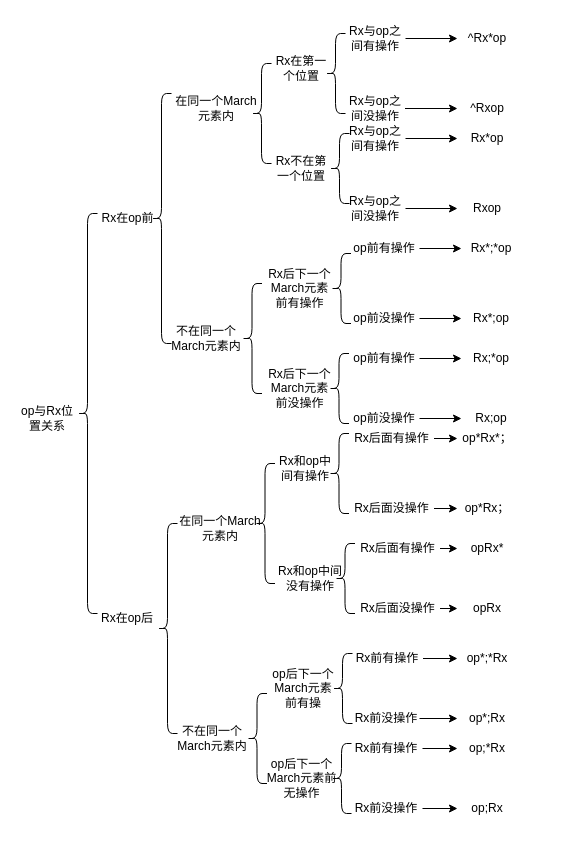
Before: doc/rx_and_op.drawio in shanshan-lu/homwork, a draw.io diagram. Source tidied: cells renumbered, new cells numbered last; positions are measured from the earlier drawing's top-left corner, leaving out a move shared by most shapes. Both pictures are drawn from the tidied source at 100%, with x=0, y=0 at pixel (17, 23).
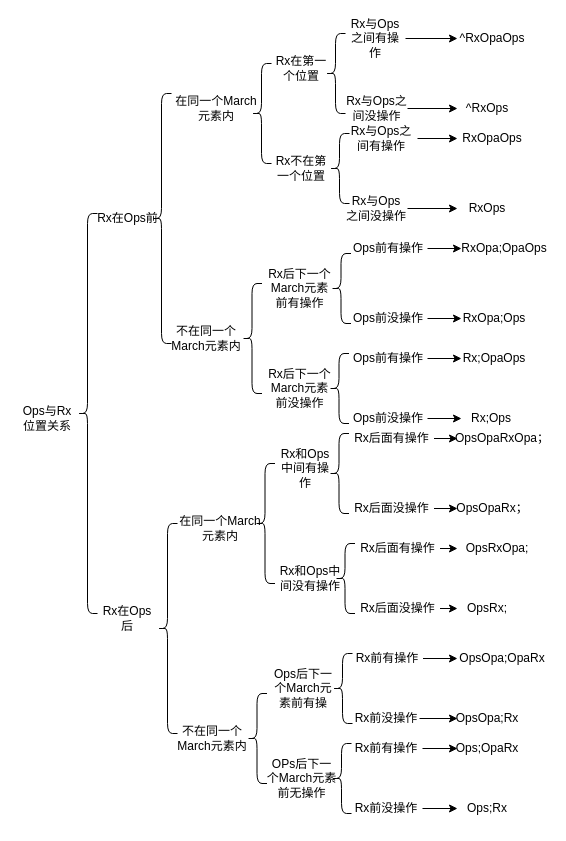
The same page after the edit.

What changed in the source:
```diff
@@
-    <mxCell id="3" value="Rx在op前" style="text;html=1;align=center;verticalAlign=middle;strokeColor=none;fillColor=none;" parent="1" vertex="1">
+    <mxCell id="3" value="Rx在Ops前" style="text;html=1;align=center;verticalAlign=middle;strokeColor=none;fillColor=none;" parent="1" vertex="1">
       <mxGeometry x="69.5" y="180" width="80" height="30" as="geometry" />
     </mxCell>
-    <mxCell id="4" value="Rx在op后" style="text;html=1;strokeColor=none;fillColor=none;align=center;verticalAlign=middle;whiteSpace=wrap;rounded=0;" parent="1" vertex="1">
+    <mxCell id="4" value="Rx在Ops后" style="text;html=1;strokeColor=none;fillColor=none;align=center;verticalAlign=middle;whiteSpace=wrap;rounded=0;" parent="1" vertex="1">
       <mxGeometry x="80" y="580" width="60" height="30" as="geometry" />
     </mxCell>
@@
-    <mxCell id="16" value="Rx和op中间有操作" style="text;html=1;strokeColor=none;fillColor=none;align=center;verticalAlign=middle;whiteSpace=wrap;rounded=0;" parent="1" vertex="1">
+    <mxCell id="16" value="Rx和Ops中间有操作" style="text;html=1;strokeColor=none;fillColor=none;align=center;verticalAlign=middle;whiteSpace=wrap;rounded=0;" parent="1" vertex="1">
       <mxGeometry x="257.5" y="430" width="60" height="30" as="geometry" />
     </mxCell>
-    <mxCell id="17" value="Rx和op中间没有操作" style="text;html=1;strokeColor=none;fillColor=none;align=center;verticalAlign=middle;whiteSpace=wrap;rounded=0;" parent="1" vertex="1">
+    <mxCell id="17" value="Rx和Ops中间没有操作" style="text;html=1;strokeColor=none;fillColor=none;align=center;verticalAlign=middle;whiteSpace=wrap;rounded=0;" parent="1" vertex="1">
       <mxGeometry x="257.5" y="540" width="70" height="30" as="geometry" />
     </mxCell>
-    <mxCell id="18" value="op后下一个March元素前有操" style="text;html=1;strokeColor=none;fillColor=none;align=center;verticalAlign=middle;whiteSpace=wrap;rounded=0;" parent="1" vertex="1">
+    <mxCell id="18" value="Ops后下一个March元素前有操" style="text;html=1;strokeColor=none;fillColor=none;align=center;verticalAlign=middle;whiteSpace=wrap;rounded=0;" parent="1" vertex="1">
       <mxGeometry x="252" y="650" width="68" height="30" as="geometry" />
     </mxCell>
-    <mxCell id="19" value="op后下一个March元素前无操作" style="text;html=1;strokeColor=none;fillColor=none;align=center;verticalAlign=middle;whiteSpace=wrap;rounded=0;" parent="1" vertex="1">
+    <mxCell id="19" value="OPs后下一个March元素前无操作" style="text;html=1;strokeColor=none;fillColor=none;align=center;verticalAlign=middle;whiteSpace=wrap;rounded=0;" parent="1" vertex="1">
       <mxGeometry x="247.5" y="740" width="72.5" height="30" as="geometry" />
     </mxCell>
@@
-    <mxCell id="32" value="op与Rx位置关系" style="text;html=1;strokeColor=none;fillColor=none;align=center;verticalAlign=middle;whiteSpace=wrap;rounded=0;" parent="1" vertex="1">
+    <mxCell id="32" value="Ops与Rx位置关系" style="text;html=1;strokeColor=none;fillColor=none;align=center;verticalAlign=middle;whiteSpace=wrap;rounded=0;" parent="1" vertex="1">
       <mxGeometry y="380" width="60" height="30" as="geometry" />
     </mxCell>
@@
-    <mxCell id="36" value="Rx与op之间有操作" style="text;html=1;strokeColor=none;fillColor=none;align=center;verticalAlign=middle;whiteSpace=wrap;rounded=0;" parent="1" vertex="1">
+    <mxCell id="36" value="Rx与Ops之间有操作" style="text;html=1;strokeColor=none;fillColor=none;align=center;verticalAlign=middle;whiteSpace=wrap;rounded=0;" parent="1" vertex="1">
       <mxGeometry x="328" width="60" height="30" as="geometry" />
     </mxCell>
@@
-    <mxCell id="38" value="Rx与op之间没操作" style="text;html=1;strokeColor=none;fillColor=none;align=center;verticalAlign=middle;whiteSpace=wrap;rounded=0;" parent="1" vertex="1">
-      <mxGeometry x="327.5" y="70" width="60" height="30" as="geometry" />
+    <mxCell id="38" value="Rx与Ops之间没操作" style="text;html=1;strokeColor=none;fillColor=none;align=center;verticalAlign=middle;whiteSpace=wrap;rounded=0;" parent="1" vertex="1">
+      <mxGeometry x="327.5" y="70" width="62.5" height="30" as="geometry" />
     </mxCell>
@@
-    <mxCell id="40" value="Rx与op之间有操作" style="text;html=1;strokeColor=none;fillColor=none;align=center;verticalAlign=middle;whiteSpace=wrap;rounded=0;" parent="1" vertex="1">
-      <mxGeometry x="328" y="100" width="60" height="30" as="geometry" />
+    <mxCell id="40" value="Rx与Ops之间有操作" style="text;html=1;strokeColor=none;fillColor=none;align=center;verticalAlign=middle;whiteSpace=wrap;rounded=0;" parent="1" vertex="1">
+      <mxGeometry x="328" y="100" width="72" height="30" as="geometry" />
     </mxCell>
@@
-    <mxCell id="42" value="Rx与op之间没操作" style="text;html=1;strokeColor=none;fillColor=none;align=center;verticalAlign=middle;whiteSpace=wrap;rounded=0;" parent="1" vertex="1">
-      <mxGeometry x="328" y="170" width="60" height="30" as="geometry" />
+    <mxCell id="42" value="Rx与Ops之间没操作" style="text;html=1;strokeColor=none;fillColor=none;align=center;verticalAlign=middle;whiteSpace=wrap;rounded=0;" parent="1" vertex="1">
+      <mxGeometry x="328" y="170" width="62" height="30" as="geometry" />
     </mxCell>
-    <mxCell id="43" value="^Rx*op" style="text;html=1;strokeColor=none;fillColor=none;align=center;verticalAlign=middle;whiteSpace=wrap;rounded=0;" parent="1" vertex="1">
-      <mxGeometry x="440" width="60" height="30" as="geometry" />
+    <mxCell id="43" value="^RxOpaOps" style="text;html=1;strokeColor=none;fillColor=none;align=center;verticalAlign=middle;whiteSpace=wrap;rounded=0;" parent="1" vertex="1">
+      <mxGeometry x="440" width="70" height="30" as="geometry" />
     </mxCell>
-    <mxCell id="44" value="^Rxop" style="text;html=1;strokeColor=none;fillColor=none;align=center;verticalAlign=middle;whiteSpace=wrap;rounded=0;" parent="1" vertex="1">
+    <mxCell id="44" value="^RxOps" style="text;html=1;strokeColor=none;fillColor=none;align=center;verticalAlign=middle;whiteSpace=wrap;rounded=0;" parent="1" vertex="1">
       <mxGeometry x="440" y="70" width="60" height="30" as="geometry" />
     </mxCell>
-    <mxCell id="45" value="Rx*op" style="text;html=1;strokeColor=none;fillColor=none;align=center;verticalAlign=middle;whiteSpace=wrap;rounded=0;" parent="1" vertex="1">
-      <mxGeometry x="440" y="100" width="60" height="30" as="geometry" />
+    <mxCell id="45" value="RxOpaOps" style="text;html=1;strokeColor=none;fillColor=none;align=center;verticalAlign=middle;whiteSpace=wrap;rounded=0;" parent="1" vertex="1">
+      <mxGeometry x="440" y="100" width="70" height="30" as="geometry" />
     </mxCell>
-    <mxCell id="46" value="Rxop" style="text;html=1;strokeColor=none;fillColor=none;align=center;verticalAlign=middle;whiteSpace=wrap;rounded=0;" parent="1" vertex="1">
+    <mxCell id="46" value="RxOps" style="text;html=1;strokeColor=none;fillColor=none;align=center;verticalAlign=middle;whiteSpace=wrap;rounded=0;" parent="1" vertex="1">
       <mxGeometry x="440" y="170" width="60" height="30" as="geometry" />
     </mxCell>
-    <mxCell id="47" value="Rx*;*op" style="text;html=1;strokeColor=none;fillColor=none;align=center;verticalAlign=middle;whiteSpace=wrap;rounded=0;" parent="1" vertex="1">
-      <mxGeometry x="444" y="210" width="60" height="30" as="geometry" />
+    <mxCell id="47" value="RxOpa;OpaOps" style="text;html=1;strokeColor=none;fillColor=none;align=center;verticalAlign=middle;whiteSpace=wrap;rounded=0;" parent="1" vertex="1">
+      <mxGeometry x="444" y="210" width="86" height="30" as="geometry" />
     </mxCell>
-    <mxCell id="48" value="Rx;op" style="text;html=1;strokeColor=none;fillColor=none;align=center;verticalAlign=middle;whiteSpace=wrap;rounded=0;" parent="1" vertex="1">
+    <mxCell id="48" value="Rx;Ops" style="text;html=1;strokeColor=none;fillColor=none;align=center;verticalAlign=middle;whiteSpace=wrap;rounded=0;" parent="1" vertex="1">
       <mxGeometry x="444" y="380" width="60" height="30" as="geometry" />
     </mxCell>
-    <mxCell id="49" value="op*Rx*；" style="text;html=1;strokeColor=none;fillColor=none;align=center;verticalAlign=middle;whiteSpace=wrap;rounded=0;" parent="1" vertex="1">
-      <mxGeometry x="440" y="400" width="60" height="30" as="geometry" />
+    <mxCell id="49" value="OpsOpaRxOpa；" style="text;html=1;strokeColor=none;fillColor=none;align=center;verticalAlign=middle;whiteSpace=wrap;rounded=0;" parent="1" vertex="1">
+      <mxGeometry x="440" y="400" width="90" height="30" as="geometry" />
     </mxCell>
-    <mxCell id="50" value="op*Rx；" style="text;html=1;strokeColor=none;fillColor=none;align=center;verticalAlign=middle;whiteSpace=wrap;rounded=0;" parent="1" vertex="1">
-      <mxGeometry x="440" y="470" width="60" height="30" as="geometry" />
+    <mxCell id="50" value="OpsOpaRx；" style="text;html=1;strokeColor=none;fillColor=none;align=center;verticalAlign=middle;whiteSpace=wrap;rounded=0;" parent="1" vertex="1">
+      <mxGeometry x="440" y="470" width="70" height="30" as="geometry" />
     </mxCell>
-    <mxCell id="51" value="opRx*" style="text;html=1;strokeColor=none;fillColor=none;align=center;verticalAlign=middle;whiteSpace=wrap;rounded=0;" parent="1" vertex="1">
-      <mxGeometry x="440" y="510" width="60" height="30" as="geometry" />
+    <mxCell id="51" value="OpsRxOpa;" style="text;html=1;strokeColor=none;fillColor=none;align=center;verticalAlign=middle;whiteSpace=wrap;rounded=0;" parent="1" vertex="1">
+      <mxGeometry x="440" y="510" width="80" height="30" as="geometry" />
     </mxCell>
-    <mxCell id="52" value="opRx" style="text;html=1;strokeColor=none;fillColor=none;align=center;verticalAlign=middle;whiteSpace=wrap;rounded=0;" parent="1" vertex="1">
+    <mxCell id="52" value="OpsRx;" style="text;html=1;strokeColor=none;fillColor=none;align=center;verticalAlign=middle;whiteSpace=wrap;rounded=0;" parent="1" vertex="1">
       <mxGeometry x="440" y="570" width="60" height="30" as="geometry" />
     </mxCell>
-    <mxCell id="53" value="op*;Rx" style="text;html=1;strokeColor=none;fillColor=none;align=center;verticalAlign=middle;whiteSpace=wrap;rounded=0;" parent="1" vertex="1">
+    <mxCell id="53" value="OpsOpa;Rx" style="text;html=1;strokeColor=none;fillColor=none;align=center;verticalAlign=middle;whiteSpace=wrap;rounded=0;" parent="1" vertex="1">
       <mxGeometry x="440" y="680" width="60" height="30" as="geometry" />
     </mxCell>
-    <mxCell id="54" value="op;Rx" style="text;html=1;strokeColor=none;fillColor=none;align=center;verticalAlign=middle;whiteSpace=wrap;rounded=0;" parent="1" vertex="1">
+    <mxCell id="54" value="Ops;Rx" style="text;html=1;strokeColor=none;fillColor=none;align=center;verticalAlign=middle;whiteSpace=wrap;rounded=0;" parent="1" vertex="1">
       <mxGeometry x="440" y="770" width="60" height="30" as="geometry" />
     </mxCell>
@@
-    <mxCell id="57" value="op*;*Rx" style="text;html=1;strokeColor=none;fillColor=none;align=center;verticalAlign=middle;whiteSpace=wrap;rounded=0;" parent="1" vertex="1">
-      <mxGeometry x="440" y="620" width="60" height="30" as="geometry" />
+    <mxCell id="57" value="OpsOpa;OpaRx" style="text;html=1;strokeColor=none;fillColor=none;align=center;verticalAlign=middle;whiteSpace=wrap;rounded=0;" parent="1" vertex="1">
+      <mxGeometry x="440" y="620" width="90" height="30" as="geometry" />
     </mxCell>
-    <mxCell id="58" value="op;*Rx" style="text;html=1;strokeColor=none;fillColor=none;align=center;verticalAlign=middle;whiteSpace=wrap;rounded=0;" parent="1" vertex="1">
+    <mxCell id="58" value="Ops;OpaRx" style="text;html=1;strokeColor=none;fillColor=none;align=center;verticalAlign=middle;whiteSpace=wrap;rounded=0;" parent="1" vertex="1">
       <mxGeometry x="440" y="710" width="60" height="30" as="geometry" />
     </mxCell>
@@
-    <mxCell id="63" value="op前有操作" style="text;html=1;strokeColor=none;fillColor=none;align=center;verticalAlign=middle;whiteSpace=wrap;rounded=0;" parent="1" vertex="1">
-      <mxGeometry x="332" y="210" width="70" height="30" as="geometry" />
+    <mxCell id="63" value="Ops前有操作" style="text;html=1;strokeColor=none;fillColor=none;align=center;verticalAlign=middle;whiteSpace=wrap;rounded=0;" parent="1" vertex="1">
+      <mxGeometry x="332" y="210" width="78" height="30" as="geometry" />
     </mxCell>
@@
-    <mxCell id="65" value="op前没操作" style="text;html=1;strokeColor=none;fillColor=none;align=center;verticalAlign=middle;whiteSpace=wrap;rounded=0;" parent="1" vertex="1">
-      <mxGeometry x="332" y="280" width="70" height="30" as="geometry" />
+    <mxCell id="65" value="Ops前没操作" style="text;html=1;strokeColor=none;fillColor=none;align=center;verticalAlign=middle;whiteSpace=wrap;rounded=0;" parent="1" vertex="1">
+      <mxGeometry x="332" y="280" width="78" height="30" as="geometry" />
     </mxCell>
@@
-    <mxCell id="67" value="op前有操作" style="text;html=1;strokeColor=none;fillColor=none;align=center;verticalAlign=middle;whiteSpace=wrap;rounded=0;" parent="1" vertex="1">
-      <mxGeometry x="332" y="320" width="70" height="30" as="geometry" />
+    <mxCell id="67" value="Ops前有操作" style="text;html=1;strokeColor=none;fillColor=none;align=center;verticalAlign=middle;whiteSpace=wrap;rounded=0;" parent="1" vertex="1">
+      <mxGeometry x="332" y="320" width="78" height="30" as="geometry" />
     </mxCell>
@@
-    <mxCell id="69" value="op前没操作" style="text;html=1;strokeColor=none;fillColor=none;align=center;verticalAlign=middle;whiteSpace=wrap;rounded=0;" parent="1" vertex="1">
-      <mxGeometry x="332" y="380" width="70" height="30" as="geometry" />
+    <mxCell id="69" value="Ops前没操作" style="text;html=1;strokeColor=none;fillColor=none;align=center;verticalAlign=middle;whiteSpace=wrap;rounded=0;" parent="1" vertex="1">
+      <mxGeometry x="332" y="380" width="78" height="30" as="geometry" />
     </mxCell>
-    <mxCell id="70" value="Rx*;op" style="text;html=1;strokeColor=none;fillColor=none;align=center;verticalAlign=middle;whiteSpace=wrap;rounded=0;" parent="1" vertex="1">
-      <mxGeometry x="444" y="280" width="60" height="30" as="geometry" />
+    <mxCell id="70" value="RxOpa;Ops" style="text;html=1;strokeColor=none;fillColor=none;align=center;verticalAlign=middle;whiteSpace=wrap;rounded=0;" parent="1" vertex="1">
+      <mxGeometry x="444" y="280" width="66" height="30" as="geometry" />
     </mxCell>
-    <mxCell id="71" value="Rx;*op" style="text;html=1;strokeColor=none;fillColor=none;align=center;verticalAlign=middle;whiteSpace=wrap;rounded=0;" parent="1" vertex="1">
-      <mxGeometry x="444" y="320" width="60" height="30" as="geometry" />
+    <mxCell id="71" value="Rx;OpaOps" style="text;html=1;strokeColor=none;fillColor=none;align=center;verticalAlign=middle;whiteSpace=wrap;rounded=0;" parent="1" vertex="1">
+      <mxGeometry x="444" y="320" width="66" height="30" as="geometry" />
     </mxCell>
```
